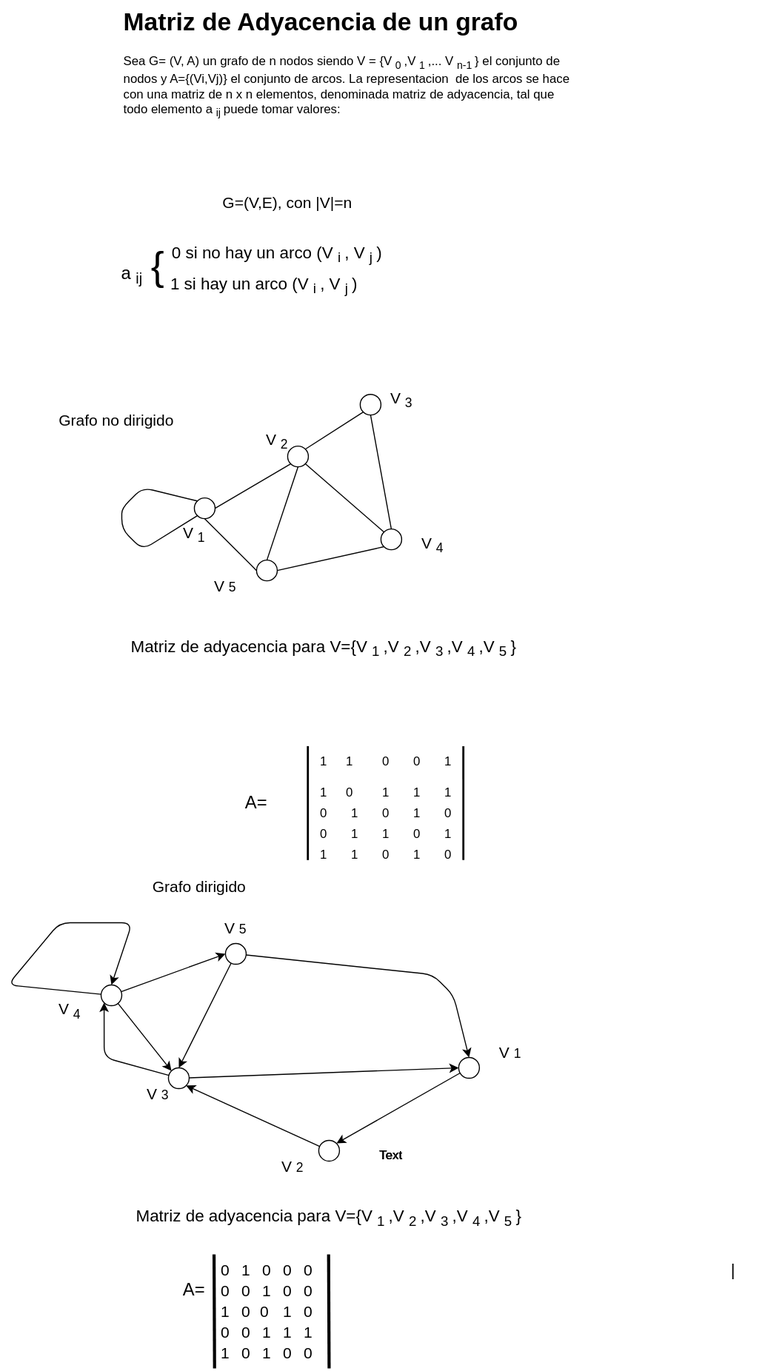
This is Estructura-de-datos/Grafos/Matriz-Adyacencia.drawio.svg from Nordcode-cyber/Algoritmos-Estructdatos, a draw.io export, as it was before one commit. Source tidied: cells renumbered, new cells last; positions are measured from the earlier drawing's top-left corner, leaving out a move shared by most shapes.
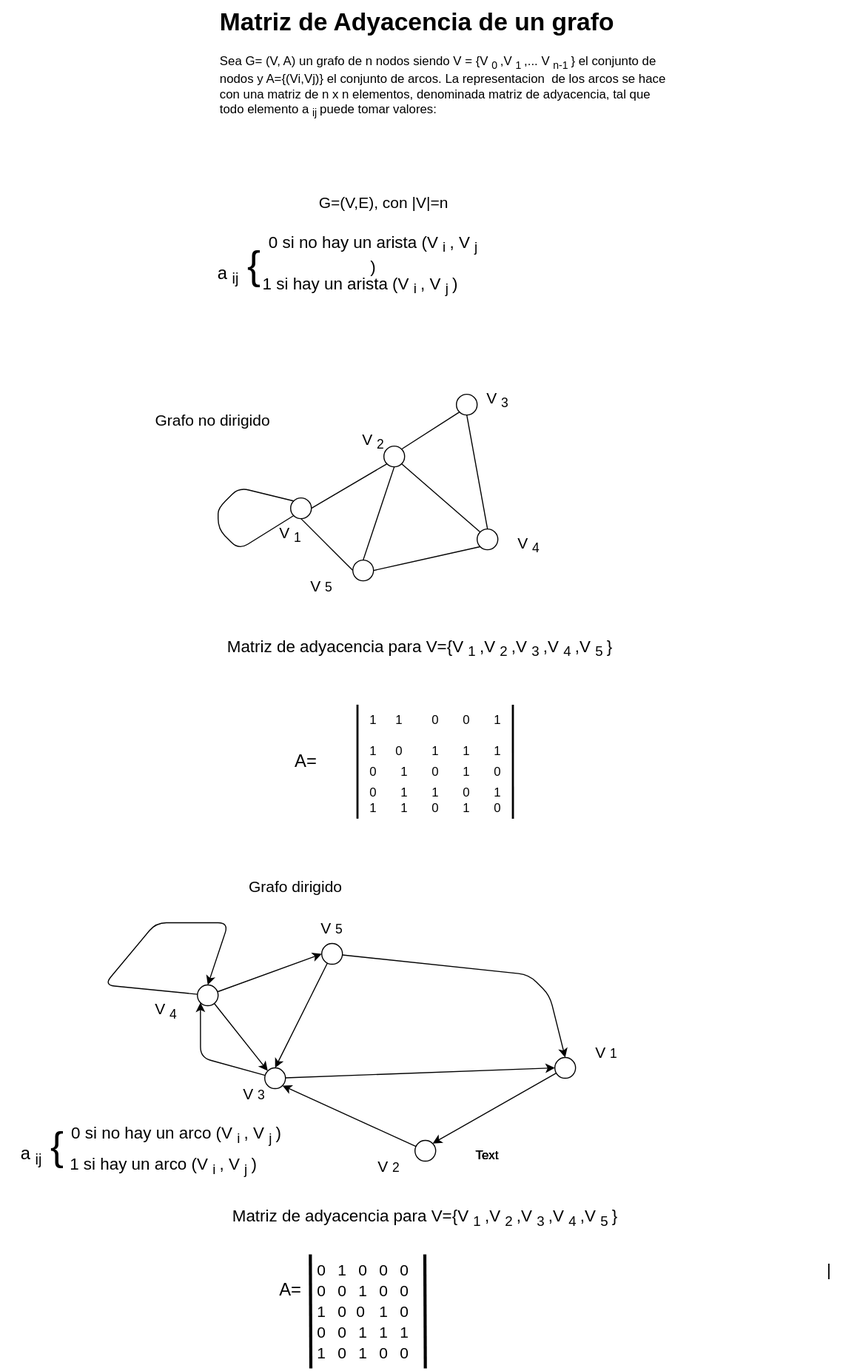
The same file after the commit.

What changed in the source:
```diff
@@ -11,19 +11,19 @@
     <mxCell id="4" value="&lt;font style=&quot;font-size: 46px;&quot;&gt;&lt;sup&gt;{&lt;/sup&gt;&lt;/font&gt;" style="text;html=1;align=center;verticalAlign=middle;whiteSpace=wrap;rounded=0;" parent="1" vertex="1">
       <mxGeometry x="115" y="250" width="60" height="30" as="geometry" />
     </mxCell>
-    <mxCell id="5" value="&lt;font style=&quot;font-size: 16px; color: light-dark(rgb(0, 0, 0), rgb(255, 0, 0));&quot;&gt;1 si hay un arco (V&lt;sub&gt;i&lt;/sub&gt;, V&lt;font style=&quot;&quot;&gt;&lt;sub&gt;j&lt;/sub&gt;&lt;/font&gt;)&lt;/font&gt;" style="text;html=1;align=center;verticalAlign=middle;whiteSpace=wrap;rounded=0;" parent="1" vertex="1">
+    <mxCell id="5" value="&lt;font style=&quot;font-size: 16px; color: light-dark(rgb(0, 0, 0), rgb(255, 0, 0));&quot;&gt;1 si hay un arista (V&lt;sub&gt;i&lt;/sub&gt;, V&lt;font style=&quot;&quot;&gt;&lt;sub&gt;j&lt;/sub&gt;&lt;/font&gt;)&lt;/font&gt;" style="text;html=1;align=center;verticalAlign=middle;whiteSpace=wrap;rounded=0;" parent="1" vertex="1">
       <mxGeometry x="150" y="260" width="195" height="30" as="geometry" />
     </mxCell>
-    <mxCell id="6" value="&lt;font style=&quot;font-size: 16px; color: light-dark(rgb(0, 0, 0), rgb(255, 0, 0));&quot;&gt;0 si no hay un arco (V&lt;sub&gt;i&lt;/sub&gt;, V&lt;font style=&quot;&quot;&gt;&lt;sub&gt;j&lt;/sub&gt;&lt;/font&gt;)&lt;/font&gt;" style="text;html=1;align=center;verticalAlign=middle;whiteSpace=wrap;rounded=0;" parent="1" vertex="1">
+    <mxCell id="6" value="&lt;font style=&quot;font-size: 16px; color: light-dark(rgb(0, 0, 0), rgb(255, 0, 0));&quot;&gt;0 si no hay un arista (V&lt;sub&gt;i&lt;/sub&gt;, V&lt;font style=&quot;&quot;&gt;&lt;sub&gt;j&lt;/sub&gt;&lt;/font&gt;)&lt;/font&gt;" style="text;html=1;align=center;verticalAlign=middle;whiteSpace=wrap;rounded=0;" parent="1" vertex="1">
       <mxGeometry x="155" y="230" width="210" height="30" as="geometry" />
     </mxCell>
     <mxCell id="7" value="&lt;font style=&quot;font-size: 17px;&quot;&gt;A=&lt;/font&gt;" style="text;html=1;align=center;verticalAlign=middle;whiteSpace=wrap;rounded=0;" parent="1" vertex="1">
-      <mxGeometry x="210" y="760" width="60" height="30" as="geometry" />
+      <mxGeometry x="165" y="720" width="60" height="30" as="geometry" />
     </mxCell>
     <mxCell id="8" style="endArrow=none;html=1;strokeWidth=2;exitX=0;exitY=1;exitDx=0;exitDy=0;" parent="1" edge="1">
       <mxGeometry relative="1" as="geometry">
-        <mxPoint x="290" y="830" as="sourcePoint" />
-        <mxPoint x="290" y="720" as="targetPoint" />
+        <mxPoint x="245" y="790" as="sourcePoint" />
+        <mxPoint x="245" y="680" as="targetPoint" />
       </mxGeometry>
     </mxCell>
     <mxCell id="9" value="&lt;font style=&quot;font-size: 16px; color: light-dark(rgb(0, 0, 0), rgb(0, 255, 128));&quot;&gt;Matriz de adyacencia para V={V&lt;sub&gt;1&lt;/sub&gt;,V&lt;sub&gt;2&lt;/sub&gt;,V&lt;sub&gt;3&lt;/sub&gt;,V&lt;sub&gt;4&lt;/sub&gt;,V&lt;sub&gt;5&lt;/sub&gt;}&amp;nbsp;&lt;/font&gt;" style="text;html=1;align=center;verticalAlign=middle;whiteSpace=wrap;rounded=0;" parent="1" vertex="1">
@@ -31,15 +31,15 @@
     </mxCell>
     <mxCell id="10" style="endArrow=none;html=1;strokeWidth=2;exitX=0.667;exitY=1;exitDx=0;exitDy=0;exitPerimeter=0;" parent="1" edge="1">
       <mxGeometry relative="1" as="geometry">
-        <mxPoint x="440" y="830" as="sourcePoint" />
-        <mxPoint x="440" y="720" as="targetPoint" />
+        <mxPoint x="395" y="790" as="sourcePoint" />
+        <mxPoint x="395" y="680" as="targetPoint" />
       </mxGeometry>
     </mxCell>
     <mxCell id="11" value="&lt;font style=&quot;color: light-dark(rgb(0, 0, 0), rgb(255, 51, 51));&quot;&gt;0&lt;/font&gt;" style="text;html=1;align=center;verticalAlign=middle;whiteSpace=wrap;rounded=0;" parent="1" vertex="1">
-      <mxGeometry x="275" y="790" width="60" height="30" as="geometry" />
+      <mxGeometry x="230" y="750" width="60" height="30" as="geometry" />
     </mxCell>
     <mxCell id="12" value="&lt;font style=&quot;color: light-dark(rgb(0, 0, 0), rgb(204, 0, 0));&quot;&gt;1&lt;/font&gt;" style="text;html=1;align=center;verticalAlign=middle;whiteSpace=wrap;rounded=0;" parent="1" vertex="1">
-      <mxGeometry x="395" y="720" width="60" height="30" as="geometry" />
+      <mxGeometry x="350" y="680" width="60" height="30" as="geometry" />
     </mxCell>
     <mxCell id="13" style="ellipse;whiteSpace=wrap;html=1;fillColor=light-dark(#FFFFFF,#7F00FF);" parent="1" vertex="1">
       <mxGeometry x="340" y="380" width="20" height="20" as="geometry" />
@@ -103,73 +103,73 @@
       <mxGeometry x="180" y="550" width="60" height="30" as="geometry" />
     </mxCell>
     <mxCell id="31" value="&lt;font style=&quot;color: light-dark(rgb(0, 0, 0), rgb(204, 0, 0));&quot;&gt;1&lt;/font&gt;" style="text;html=1;align=center;verticalAlign=middle;whiteSpace=wrap;rounded=0;" parent="1" vertex="1">
-      <mxGeometry x="275" y="720" width="60" height="30" as="geometry" />
+      <mxGeometry x="230" y="680" width="60" height="30" as="geometry" />
     </mxCell>
     <mxCell id="32" value="&lt;font style=&quot;color: light-dark(rgb(0, 0, 0), rgb(204, 0, 0));&quot;&gt;1&lt;/font&gt;" style="text;html=1;align=center;verticalAlign=middle;whiteSpace=wrap;rounded=0;" parent="1" vertex="1">
-      <mxGeometry x="275" y="750" width="60" height="30" as="geometry" />
+      <mxGeometry x="230" y="710" width="60" height="30" as="geometry" />
     </mxCell>
     <mxCell id="33" value="&lt;font style=&quot;color: light-dark(rgb(0, 0, 0), rgb(204, 0, 0));&quot;&gt;1&lt;/font&gt;" style="text;html=1;align=center;verticalAlign=middle;whiteSpace=wrap;rounded=0;" parent="1" vertex="1">
-      <mxGeometry x="275" y="810" width="60" height="30" as="geometry" />
+      <mxGeometry x="230" y="765" width="60" height="30" as="geometry" />
     </mxCell>
     <mxCell id="34" value="&lt;font style=&quot;color: light-dark(rgb(0, 0, 0), rgb(204, 0, 0));&quot;&gt;1&lt;/font&gt;" style="text;html=1;align=center;verticalAlign=middle;whiteSpace=wrap;rounded=0;" parent="1" vertex="1">
-      <mxGeometry x="300" y="720" width="60" height="30" as="geometry" />
+      <mxGeometry x="255" y="680" width="60" height="30" as="geometry" />
     </mxCell>
     <mxCell id="35" value="&lt;font style=&quot;color: light-dark(rgb(0, 0, 0), rgb(255, 51, 51));&quot;&gt;0&lt;/font&gt;" style="text;html=1;align=center;verticalAlign=middle;whiteSpace=wrap;rounded=0;" parent="1" vertex="1">
-      <mxGeometry x="275" y="770" width="60" height="30" as="geometry" />
+      <mxGeometry x="230" y="730" width="60" height="30" as="geometry" />
     </mxCell>
     <mxCell id="36" value="&lt;font style=&quot;color: light-dark(rgb(0, 0, 0), rgb(255, 51, 51));&quot;&gt;0&lt;/font&gt;" style="text;html=1;align=center;verticalAlign=middle;whiteSpace=wrap;rounded=0;" parent="1" vertex="1">
-      <mxGeometry x="335" y="720" width="60" height="30" as="geometry" />
+      <mxGeometry x="290" y="680" width="60" height="30" as="geometry" />
     </mxCell>
     <mxCell id="37" value="&lt;font style=&quot;color: light-dark(rgb(0, 0, 0), rgb(255, 51, 51));&quot;&gt;0&lt;/font&gt;" style="text;html=1;align=center;verticalAlign=middle;whiteSpace=wrap;rounded=0;" parent="1" vertex="1">
-      <mxGeometry x="365" y="720" width="60" height="30" as="geometry" />
+      <mxGeometry x="320" y="680" width="60" height="30" as="geometry" />
     </mxCell>
     <mxCell id="38" value="&lt;font style=&quot;color: light-dark(rgb(0, 0, 0), rgb(255, 51, 51));&quot;&gt;0&lt;/font&gt;" style="text;html=1;align=center;verticalAlign=middle;whiteSpace=wrap;rounded=0;" parent="1" vertex="1">
-      <mxGeometry x="300" y="750" width="60" height="30" as="geometry" />
+      <mxGeometry x="255" y="710" width="60" height="30" as="geometry" />
     </mxCell>
     <mxCell id="39" value="&lt;font style=&quot;color: light-dark(rgb(0, 0, 0), rgb(255, 51, 51));&quot;&gt;1&lt;/font&gt;" style="text;html=1;align=center;verticalAlign=middle;whiteSpace=wrap;rounded=0;" parent="1" vertex="1">
-      <mxGeometry x="335" y="750" width="60" height="30" as="geometry" />
+      <mxGeometry x="290" y="710" width="60" height="30" as="geometry" />
     </mxCell>
     <mxCell id="40" value="&lt;font style=&quot;color: light-dark(rgb(0, 0, 0), rgb(255, 51, 51));&quot;&gt;1&lt;/font&gt;" style="text;html=1;align=center;verticalAlign=middle;whiteSpace=wrap;rounded=0;" parent="1" vertex="1">
-      <mxGeometry x="365" y="750" width="60" height="30" as="geometry" />
+      <mxGeometry x="320" y="710" width="60" height="30" as="geometry" />
     </mxCell>
     <mxCell id="41" value="&lt;font style=&quot;color: light-dark(rgb(0, 0, 0), rgb(255, 51, 51));&quot;&gt;1&lt;/font&gt;" style="text;html=1;align=center;verticalAlign=middle;whiteSpace=wrap;rounded=0;" parent="1" vertex="1">
-      <mxGeometry x="395" y="750" width="60" height="30" as="geometry" />
+      <mxGeometry x="350" y="710" width="60" height="30" as="geometry" />
     </mxCell>
     <mxCell id="42" value="&lt;font style=&quot;color: light-dark(rgb(0, 0, 0), rgb(255, 51, 51));&quot;&gt;1&lt;/font&gt;" style="text;html=1;align=center;verticalAlign=middle;whiteSpace=wrap;rounded=0;" parent="1" vertex="1">
-      <mxGeometry x="365" y="770" width="60" height="30" as="geometry" />
+      <mxGeometry x="320" y="730" width="60" height="30" as="geometry" />
     </mxCell>
     <mxCell id="43" value="&lt;font style=&quot;color: light-dark(rgb(0, 0, 0), rgb(255, 51, 51));&quot;&gt;1&lt;/font&gt;" style="text;html=1;align=center;verticalAlign=middle;whiteSpace=wrap;rounded=0;" parent="1" vertex="1">
-      <mxGeometry x="305" y="770" width="60" height="30" as="geometry" />
+      <mxGeometry x="260" y="730" width="60" height="30" as="geometry" />
     </mxCell>
     <mxCell id="44" value="&lt;font style=&quot;color: light-dark(rgb(0, 0, 0), rgb(255, 51, 51));&quot;&gt;0&lt;/font&gt;" style="text;html=1;align=center;verticalAlign=middle;whiteSpace=wrap;rounded=0;" parent="1" vertex="1">
-      <mxGeometry x="395" y="770" width="60" height="30" as="geometry" />
+      <mxGeometry x="350" y="730" width="60" height="30" as="geometry" />
     </mxCell>
     <mxCell id="45" value="&lt;font style=&quot;color: light-dark(rgb(0, 0, 0), rgb(255, 51, 51));&quot;&gt;0&lt;/font&gt;" style="text;html=1;align=center;verticalAlign=middle;whiteSpace=wrap;rounded=0;" parent="1" vertex="1">
-      <mxGeometry x="335" y="770" width="60" height="30" as="geometry" />
+      <mxGeometry x="290" y="730" width="60" height="30" as="geometry" />
     </mxCell>
     <mxCell id="46" value="&lt;font style=&quot;color: light-dark(rgb(0, 0, 0), rgb(255, 51, 51));&quot;&gt;1&lt;/font&gt;" style="text;html=1;align=center;verticalAlign=middle;whiteSpace=wrap;rounded=0;" parent="1" vertex="1">
-      <mxGeometry x="305" y="790" width="60" height="30" as="geometry" />
+      <mxGeometry x="260" y="750" width="60" height="30" as="geometry" />
     </mxCell>
     <mxCell id="47" value="&lt;font style=&quot;color: light-dark(rgb(0, 0, 0), rgb(255, 51, 51));&quot;&gt;1&lt;/font&gt;" style="text;html=1;align=center;verticalAlign=middle;whiteSpace=wrap;rounded=0;" parent="1" vertex="1">
-      <mxGeometry x="335" y="790" width="60" height="30" as="geometry" />
+      <mxGeometry x="290" y="750" width="60" height="30" as="geometry" />
     </mxCell>
     <mxCell id="48" value="&lt;font style=&quot;color: light-dark(rgb(0, 0, 0), rgb(255, 51, 51));&quot;&gt;1&lt;/font&gt;" style="text;html=1;align=center;verticalAlign=middle;whiteSpace=wrap;rounded=0;" parent="1" vertex="1">
-      <mxGeometry x="395" y="790" width="60" height="30" as="geometry" />
+      <mxGeometry x="350" y="750" width="60" height="30" as="geometry" />
     </mxCell>
     <mxCell id="49" value="&lt;font style=&quot;color: light-dark(rgb(0, 0, 0), rgb(255, 51, 51));&quot;&gt;0&lt;/font&gt;" style="text;html=1;align=center;verticalAlign=middle;whiteSpace=wrap;rounded=0;" parent="1" vertex="1">
-      <mxGeometry x="365" y="790" width="60" height="30" as="geometry" />
+      <mxGeometry x="320" y="750" width="60" height="30" as="geometry" />
     </mxCell>
     <mxCell id="50" value="&lt;font style=&quot;color: light-dark(rgb(0, 0, 0), rgb(255, 51, 51));&quot;&gt;1&lt;/font&gt;" style="text;html=1;align=center;verticalAlign=middle;whiteSpace=wrap;rounded=0;" parent="1" vertex="1">
-      <mxGeometry x="305" y="810" width="60" height="30" as="geometry" />
+      <mxGeometry x="260" y="765" width="60" height="30" as="geometry" />
     </mxCell>
     <mxCell id="51" value="&lt;font style=&quot;color: light-dark(rgb(0, 0, 0), rgb(255, 51, 51));&quot;&gt;1&lt;/font&gt;" style="text;html=1;align=center;verticalAlign=middle;whiteSpace=wrap;rounded=0;" parent="1" vertex="1">
-      <mxGeometry x="365" y="810" width="60" height="30" as="geometry" />
+      <mxGeometry x="320" y="765" width="60" height="30" as="geometry" />
     </mxCell>
     <mxCell id="52" value="&lt;font style=&quot;color: light-dark(rgb(0, 0, 0), rgb(255, 51, 51));&quot;&gt;0&lt;/font&gt;" style="text;html=1;align=center;verticalAlign=middle;whiteSpace=wrap;rounded=0;" parent="1" vertex="1">
-      <mxGeometry x="335" y="810" width="60" height="30" as="geometry" />
+      <mxGeometry x="290" y="765" width="60" height="30" as="geometry" />
     </mxCell>
     <mxCell id="53" value="&lt;font style=&quot;color: light-dark(rgb(0, 0, 0), rgb(255, 51, 51));&quot;&gt;0&lt;/font&gt;" style="text;html=1;align=center;verticalAlign=middle;whiteSpace=wrap;rounded=0;" parent="1" vertex="1">
-      <mxGeometry x="395" y="810" width="60" height="30" as="geometry" />
+      <mxGeometry x="350" y="765" width="60" height="30" as="geometry" />
     </mxCell>
     <mxCell id="54" value="&lt;font style=&quot;font-size: 15px; color: light-dark(rgb(0, 0, 0), rgb(204, 0, 0));&quot;&gt;G=(V,E), con |V|=n&lt;/font&gt;" style="text;html=1;align=center;verticalAlign=middle;whiteSpace=wrap;rounded=0;" parent="1" vertex="1">
       <mxGeometry x="200" y="180" width="140" height="30" as="geometry" />
@@ -360,5 +360,17 @@
     <mxCell id="109" value="&lt;font style=&quot;font-size: 16px; color: light-dark(rgb(0, 0, 0), rgb(255, 51, 51));&quot;&gt;|&lt;/font&gt;" style="text;html=1;whiteSpace=wrap;strokeColor=none;fillColor=none;align=center;verticalAlign=middle;rounded=0;" parent="1" vertex="1">
       <mxGeometry x="670" y="1210" width="60" height="30" as="geometry" />
     </mxCell>
+    <mxCell id="110" value="&lt;font style=&quot;font-size: 17px; color: light-dark(rgb(0, 0, 0), rgb(255, 0, 0));&quot;&gt;&lt;font style=&quot;&quot;&gt;a&lt;/font&gt;&lt;font style=&quot;&quot;&gt;&lt;sub style=&quot;&quot;&gt;ij&lt;/sub&gt;&lt;/font&gt;&lt;/font&gt;" style="text;html=1;align=center;verticalAlign=middle;whiteSpace=wrap;rounded=0;" parent="1" vertex="1">
+      <mxGeometry x="-100" y="1100" width="60" height="30" as="geometry" />
+    </mxCell>
+    <mxCell id="111" value="&lt;font style=&quot;font-size: 46px;&quot;&gt;&lt;sup&gt;{&lt;/sup&gt;&lt;/font&gt;" style="text;html=1;align=center;verticalAlign=middle;whiteSpace=wrap;rounded=0;" parent="1" vertex="1">
+      <mxGeometry x="-75" y="1100" width="60" height="30" as="geometry" />
+    </mxCell>
+    <mxCell id="112" value="&lt;font style=&quot;font-size: 16px; color: light-dark(rgb(0, 0, 0), rgb(255, 0, 0));&quot;&gt;1 si hay un arco (V&lt;sub&gt;i&lt;/sub&gt;, V&lt;font style=&quot;&quot;&gt;&lt;sub&gt;j&lt;/sub&gt;&lt;/font&gt;)&lt;/font&gt;" style="text;html=1;align=center;verticalAlign=middle;whiteSpace=wrap;rounded=0;" parent="1" vertex="1">
+      <mxGeometry x="-40" y="1110" width="195" height="30" as="geometry" />
+    </mxCell>
+    <mxCell id="113" value="&lt;font style=&quot;font-size: 16px; color: light-dark(rgb(0, 0, 0), rgb(255, 0, 0));&quot;&gt;0 si no hay un arco (V&lt;sub&gt;i&lt;/sub&gt;, V&lt;font style=&quot;&quot;&gt;&lt;sub&gt;j&lt;/sub&gt;&lt;/font&gt;)&lt;/font&gt;" style="text;html=1;align=center;verticalAlign=middle;whiteSpace=wrap;rounded=0;" parent="1" vertex="1">
+      <mxGeometry x="-35" y="1080" width="210" height="30" as="geometry" />
+    </mxCell>
   </root>
 </mxGraphModel>
```
